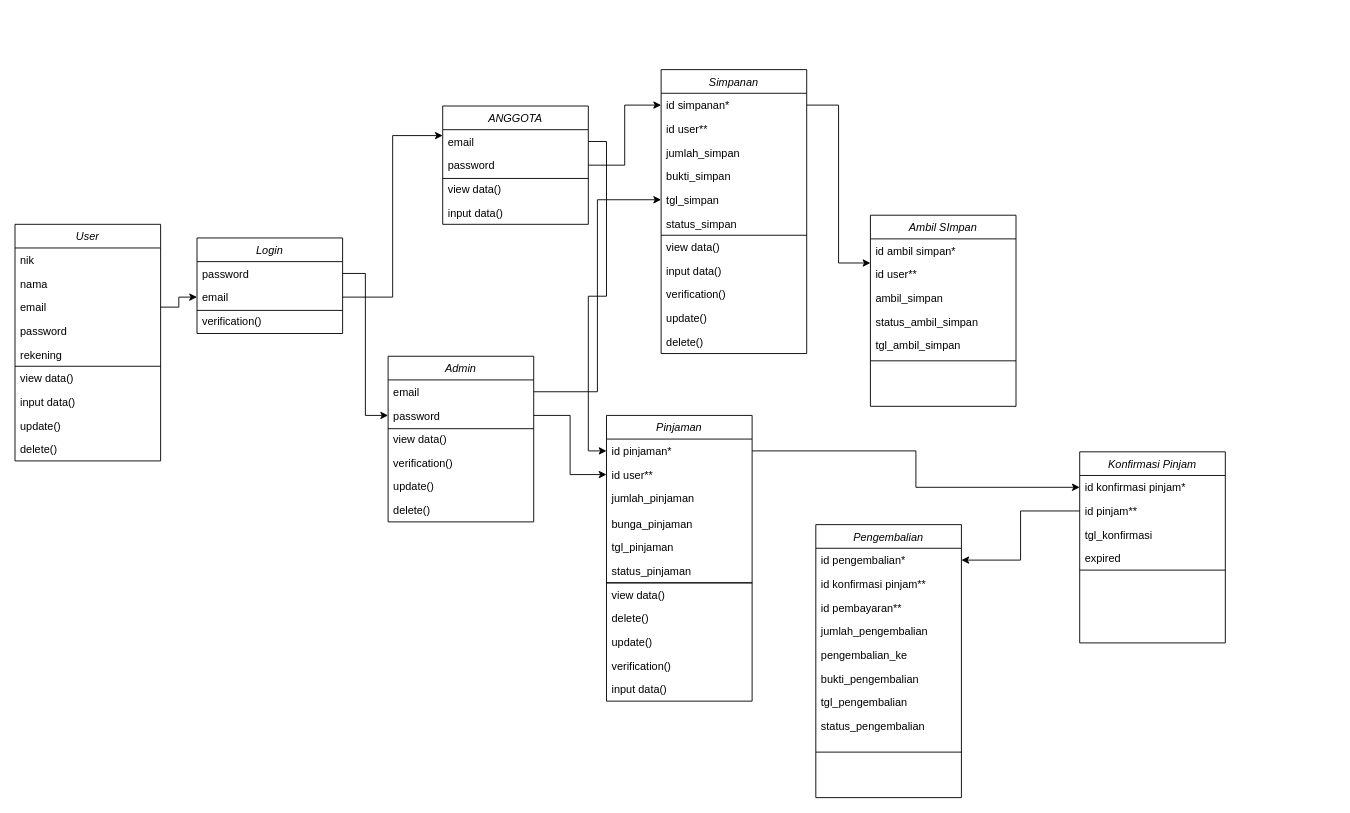
Earlier version of the draw.io diagram class-diagram-koperasi.drawio (aufaramdhn/koperasi). Source tidied: cells renumbered, new cells numbered last; positions are measured from the earlier drawing's top-left corner, leaving out a move shared by most shapes. Both pictures are drawn from the tidied source at 91%, with x=0, y=0 at pixel (15, 69).
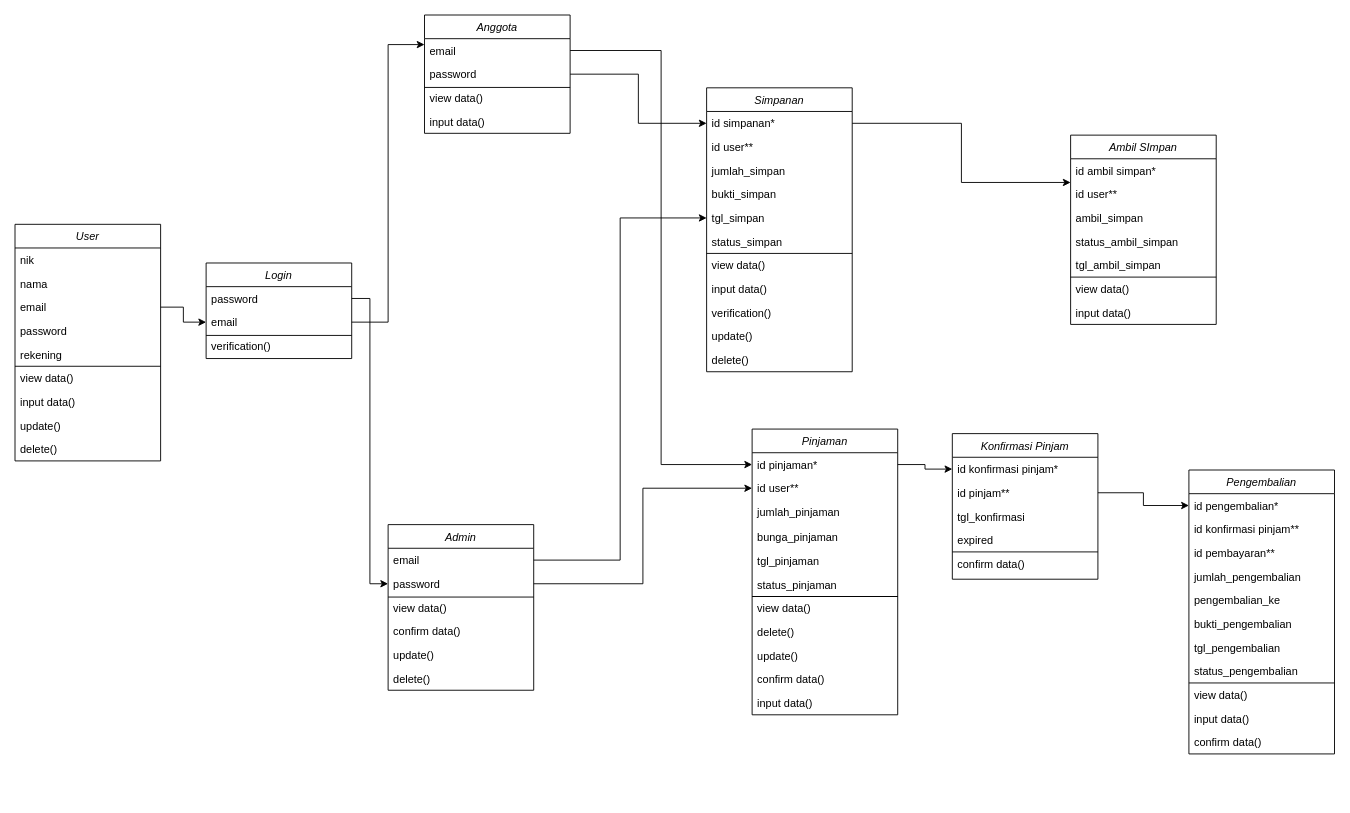
The same page after the edit.

The change refers to these unchanged cells:
```xml
<mxCell id="50" value="id pinjam**" style="text;align=left;verticalAlign=top;spacingLeft=4;spacingRight=4;overflow=hidden;points=[[0,0.5],[1,0.5]];portConstraint=eastwest;" parent="48" vertex="1">
  <mxGeometry y="52" width="160" height="26" as="geometry" />
</mxCell>
<mxCell id="55" value="id pengembalian*" style="text;align=left;verticalAlign=top;spacingLeft=4;spacingRight=4;overflow=hidden;points=[[0,0.5],[1,0.5]];portConstraint=eastwest;" parent="54" vertex="1">
  <mxGeometry y="26" width="160" height="26" as="geometry" />
</mxCell>
```

Diff of the diagram source:
```diff
@@
     <mxCell id="13" value="Admin" style="swimlane;fontStyle=2;align=center;verticalAlign=top;horizontal=1;startSize=26;rounded=0;shadow=0;strokeWidth=1;" parent="1" vertex="1">
-      <mxGeometry x="410" y="315" width="160" height="182" as="geometry" />
+      <mxGeometry x="410" y="500" width="160" height="182" as="geometry" />
     </mxCell>
@@
-    <mxCell id="18" value="verification()" style="text;align=left;verticalAlign=top;spacingLeft=4;spacingRight=4;overflow=hidden;rounded=0;shadow=0;html=0;" parent="13" vertex="1">
+    <mxCell id="18" value="confirm data()" style="text;align=left;verticalAlign=top;spacingLeft=4;spacingRight=4;overflow=hidden;rounded=0;shadow=0;html=0;" parent="13" vertex="1">
       <mxGeometry y="104" width="160" height="26" as="geometry" />
     </mxCell>
@@
     <mxCell id="21" value="Simpanan" style="swimlane;fontStyle=2;align=center;verticalAlign=top;horizontal=1;startSize=26;rounded=0;shadow=0;strokeWidth=1;" parent="1" vertex="1">
-      <mxGeometry x="710" width="160" height="312" as="geometry" />
+      <mxGeometry x="760" y="20" width="160" height="312" as="geometry" />
     </mxCell>
@@
     <mxCell id="34" value="Pinjaman" style="swimlane;fontStyle=2;align=center;verticalAlign=top;horizontal=1;startSize=26;rounded=0;shadow=0;strokeWidth=1;" parent="1" vertex="1">
-      <mxGeometry x="650" y="380" width="160" height="314" as="geometry" />
+      <mxGeometry x="810" y="395" width="160" height="314" as="geometry" />
     </mxCell>
@@
-    <mxCell id="46" value="verification()" style="text;align=left;verticalAlign=top;spacingLeft=4;spacingRight=4;overflow=hidden;rounded=0;shadow=0;html=0;" parent="34" vertex="1">
+    <mxCell id="46" value="confirm data()" style="text;align=left;verticalAlign=top;spacingLeft=4;spacingRight=4;overflow=hidden;rounded=0;shadow=0;html=0;" parent="34" vertex="1">
       <mxGeometry y="262" width="160" height="26" as="geometry" />
     </mxCell>
@@
     <mxCell id="48" value="Konfirmasi Pinjam" style="swimlane;fontStyle=2;align=center;verticalAlign=top;horizontal=1;startSize=26;rounded=0;shadow=0;strokeWidth=1;" parent="1" vertex="1">
-      <mxGeometry x="1170" y="420" width="160" height="210" as="geometry" />
+      <mxGeometry x="1030" y="400" width="160" height="160" as="geometry" />
     </mxCell>
@@
+    <mxCell id="92" value="confirm data()" style="text;align=left;verticalAlign=top;spacingLeft=4;spacingRight=4;overflow=hidden;rounded=0;shadow=0;html=0;" parent="48" vertex="1">
+      <mxGeometry y="130" width="160" height="26" as="geometry" />
+    </mxCell>
     <mxCell id="54" value="Pengembalian" style="swimlane;fontStyle=2;align=center;verticalAlign=top;horizontal=1;startSize=26;rounded=0;shadow=0;strokeWidth=1;" parent="1" vertex="1">
-      <mxGeometry x="880" y="500" width="160" height="300" as="geometry" />
+      <mxGeometry x="1290" y="440" width="160" height="312" as="geometry" />
     </mxCell>
@@
+    <mxCell id="63" value="status_pengembalian" style="text;align=left;verticalAlign=top;spacingLeft=4;spacingRight=4;overflow=hidden;rounded=0;shadow=0;html=0;" parent="54" vertex="1">
+      <mxGeometry y="208" width="160" height="26" as="geometry" />
+    </mxCell>
     <mxCell id="62" style="endArrow=none;html=1;rounded=0;" parent="54" edge="1">
       <mxGeometry relative="1" as="geometry">
-        <mxPoint y="250" as="sourcePoint" />
-        <mxPoint x="160" y="250" as="targetPoint" />
+        <mxPoint y="234" as="sourcePoint" />
+        <mxPoint x="160" y="234" as="targetPoint" />
       </mxGeometry>
     </mxCell>
-    <mxCell id="63" value="status_pengembalian" style="text;align=left;verticalAlign=top;spacingLeft=4;spacingRight=4;overflow=hidden;rounded=0;shadow=0;html=0;" parent="54" vertex="1">
-      <mxGeometry y="208" width="160" height="26" as="geometry" />
-    </mxCell>
+    <mxCell id="93" value="view data()" style="text;align=left;verticalAlign=top;spacingLeft=4;spacingRight=4;overflow=hidden;rounded=0;shadow=0;html=0;" parent="54" vertex="1">
+      <mxGeometry y="234" width="160" height="26" as="geometry" />
+    </mxCell>
+    <mxCell id="94" value="input data()" style="text;align=left;verticalAlign=top;spacingLeft=4;spacingRight=4;overflow=hidden;rounded=0;shadow=0;html=0;" parent="54" vertex="1">
+      <mxGeometry y="260" width="160" height="26" as="geometry" />
+    </mxCell>
+    <mxCell id="95" value="confirm data()" style="text;align=left;verticalAlign=top;spacingLeft=4;spacingRight=4;overflow=hidden;rounded=0;shadow=0;html=0;" parent="54" vertex="1">
+      <mxGeometry y="286" width="160" height="26" as="geometry" />
+    </mxCell>
     <mxCell id="64" value="Ambil SImpan" style="swimlane;fontStyle=2;align=center;verticalAlign=top;horizontal=1;startSize=26;rounded=0;shadow=0;strokeWidth=1;" parent="1" vertex="1">
-      <mxGeometry x="940" y="160" width="160" height="210" as="geometry" />
+      <mxGeometry x="1160" y="72" width="160" height="208" as="geometry" />
     </mxCell>
@@
+    <mxCell id="70" value="tgl_ambil_simpan" style="text;align=left;verticalAlign=top;spacingLeft=4;spacingRight=4;overflow=hidden;rounded=0;shadow=0;html=0;" parent="64" vertex="1">
+      <mxGeometry y="130" width="160" height="26" as="geometry" />
+    </mxCell>
     <mxCell id="69" style="endArrow=none;html=1;rounded=0;" parent="64" edge="1">
       <mxGeometry relative="1" as="geometry">
-        <mxPoint y="160" as="sourcePoint" />
-        <mxPoint x="160" y="160" as="targetPoint" />
+        <mxPoint y="156" as="sourcePoint" />
+        <mxPoint x="160" y="156" as="targetPoint" />
       </mxGeometry>
     </mxCell>
-    <mxCell id="70" value="tgl_ambil_simpan" style="text;align=left;verticalAlign=top;spacingLeft=4;spacingRight=4;overflow=hidden;rounded=0;shadow=0;html=0;" parent="64" vertex="1">
-      <mxGeometry y="130" width="160" height="26" as="geometry" />
-    </mxCell>
+    <mxCell id="96" value="view data()" style="text;align=left;verticalAlign=top;spacingLeft=4;spacingRight=4;overflow=hidden;rounded=0;shadow=0;html=0;" parent="64" vertex="1">
+      <mxGeometry y="156" width="160" height="26" as="geometry" />
+    </mxCell>
+    <mxCell id="97" value="input data()" style="text;align=left;verticalAlign=top;spacingLeft=4;spacingRight=4;overflow=hidden;rounded=0;shadow=0;html=0;" parent="64" vertex="1">
+      <mxGeometry y="182" width="160" height="26" as="geometry" />
+    </mxCell>
     <mxCell id="71" value="Login" style="swimlane;fontStyle=2;align=center;verticalAlign=top;horizontal=1;startSize=26;rounded=0;shadow=0;strokeWidth=1;" parent="1" vertex="1">
-      <mxGeometry x="200" y="185" width="160" height="105" as="geometry" />
+      <mxGeometry x="210" y="212.5" width="160" height="105" as="geometry" />
     </mxCell>
@@
-    <mxCell id="76" value="ANGGOTA" style="swimlane;fontStyle=2;align=center;verticalAlign=top;horizontal=1;startSize=26;rounded=0;shadow=0;strokeWidth=1;" parent="1" vertex="1">
-      <mxGeometry x="470" y="40" width="160" height="130" as="geometry" />
+    <mxCell id="76" value="Anggota" style="swimlane;fontStyle=2;align=center;verticalAlign=top;horizontal=1;startSize=26;rounded=0;shadow=0;strokeWidth=1;" parent="1" vertex="1">
+      <mxGeometry x="450" y="-60" width="160" height="130" as="geometry" />
     </mxCell>
@@
-    <mxCell id="88" style="edgeStyle=orthogonalEdgeStyle;rounded=0;jettySize=auto;html=1;exitX=0;exitY=0.5;exitDx=0;exitDy=0;entryX=1;entryY=0.5;entryDx=0;entryDy=0;" parent="1" edge="1" source="50" target="55">
+    <mxCell id="88" style="edgeStyle=orthogonalEdgeStyle;rounded=0;jettySize=auto;html=1;exitX=1;exitY=0.5;exitDx=0;exitDy=0;entryX=0;entryY=0.5;entryDx=0;entryDy=0;" parent="1" edge="1" source="50" target="55">
       <mxGeometry relative="1" as="geometry" />
     </mxCell>
```
